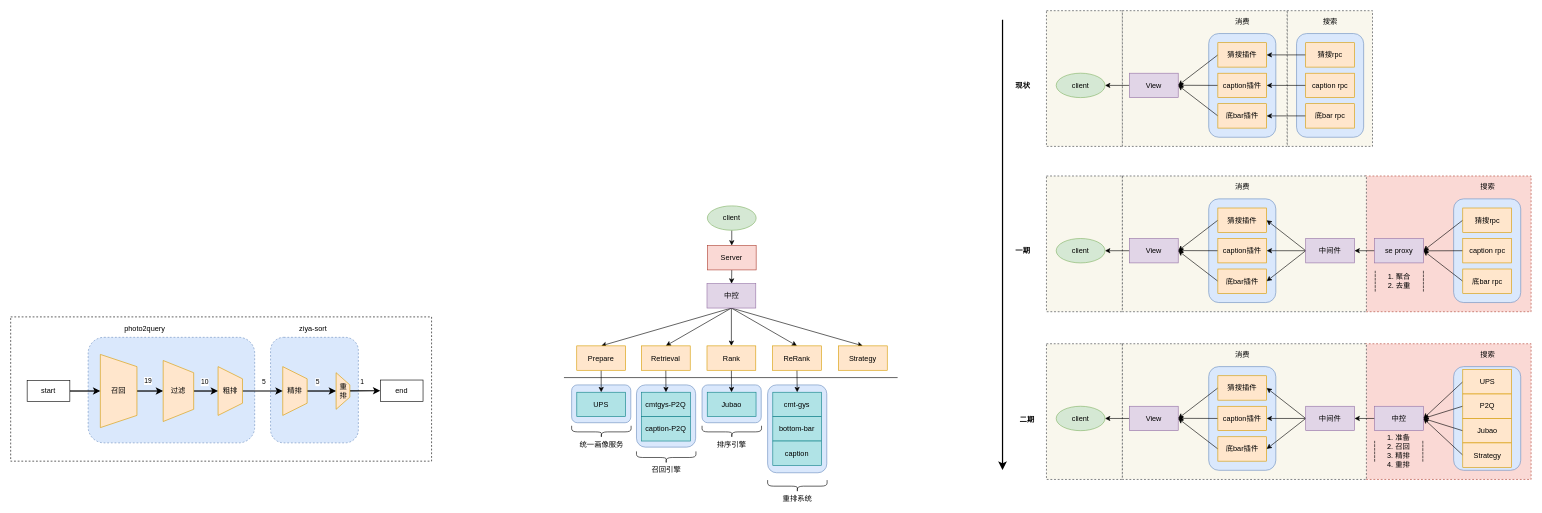
AmaniCheung/draw.io keeps this draw.io diagram as query-reco.drawio. Above is the earlier version. Source tidied: cells renumbered, new cells numbered last; positions are measured from the earlier drawing's top-left corner, leaving out a move shared by most shapes. Both pictures are drawn from the tidied source at 61%, with x=0, y=0 at pixel (10, 10).
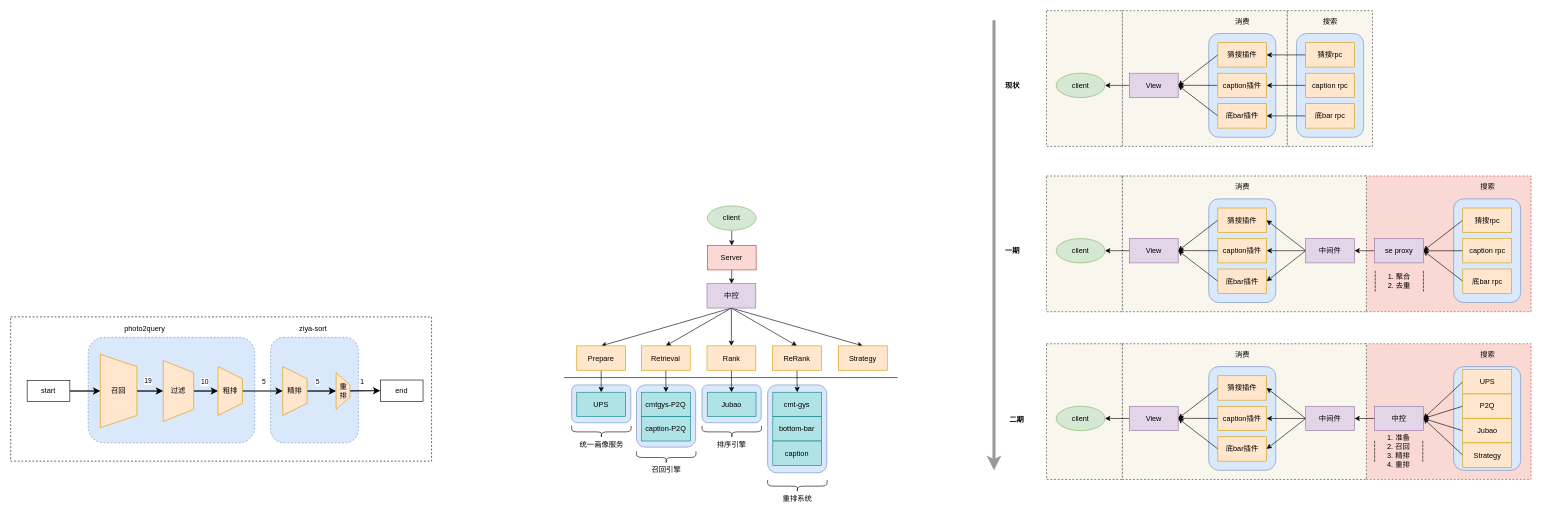
The same diagram, later.

Diff of the diagram source:
```diff
@@
-    <mxCell id="142" value="&lt;b&gt;现状&lt;/b&gt;" style="text;html=1;strokeColor=none;fillColor=none;align=center;verticalAlign=middle;whiteSpace=wrap;overflow=hidden;" parent="1" vertex="1">
-      <mxGeometry x="1642" y="112.5" width="35" height="20" as="geometry" />
+    <mxCell id="142" value="&lt;span&gt;现状&lt;/span&gt;" style="text;html=1;strokeColor=none;fillColor=none;align=center;verticalAlign=middle;whiteSpace=wrap;overflow=hidden;fontStyle=1;" parent="1" vertex="1">
+      <mxGeometry x="1625" y="112.5" width="35" height="20" as="geometry" />
     </mxCell>
-    <mxCell id="143" value="&lt;b&gt;一期&lt;/b&gt;" style="text;html=1;strokeColor=none;fillColor=none;align=center;verticalAlign=middle;whiteSpace=wrap;overflow=hidden;" parent="1" vertex="1">
-      <mxGeometry x="1642" y="383.5" width="35" height="20" as="geometry" />
+    <mxCell id="143" value="&lt;span&gt;一期&lt;/span&gt;" style="text;html=1;strokeColor=none;fillColor=none;align=center;verticalAlign=middle;whiteSpace=wrap;overflow=hidden;fontStyle=1;" parent="1" vertex="1">
+      <mxGeometry x="1625" y="383.5" width="35" height="20" as="geometry" />
     </mxCell>
-    <mxCell id="144" value="&lt;b&gt;二期&lt;/b&gt;" style="text;html=1;strokeColor=none;fillColor=none;align=center;verticalAlign=middle;whiteSpace=wrap;overflow=hidden;" parent="1" vertex="1">
-      <mxGeometry x="1649" y="660.5" width="35" height="20" as="geometry" />
+    <mxCell id="144" value="&lt;span&gt;二期&lt;/span&gt;" style="text;html=1;strokeColor=none;fillColor=none;align=center;verticalAlign=middle;whiteSpace=wrap;overflow=hidden;fontStyle=1;" parent="1" vertex="1">
+      <mxGeometry x="1632" y="660.5" width="35" height="20" as="geometry" />
     </mxCell>
-    <mxCell id="145" style="edgeStyle=segmentEdgeStyle;endArrow=classic;html=1;curved=0;rounded=0;endSize=8;startSize=8;strokeWidth=2;" parent="1" edge="1">
+    <mxCell id="145" style="edgeStyle=segmentEdgeStyle;endArrow=classic;html=1;curved=0;rounded=0;endSize=8;startSize=8;strokeWidth=5;strokeColor=#999999;fontSize=12;fontStyle=1;" parent="1" edge="1">
       <mxGeometry relative="1" as="geometry">
-        <mxPoint x="1626" y="15" as="sourcePoint" />
-        <mxPoint x="1626" y="753" as="targetPoint" />
+        <mxPoint x="1612" y="15.5" as="sourcePoint" />
+        <mxPoint x="1612" y="753.5" as="targetPoint" />
       </mxGeometry>
     </mxCell>
```
